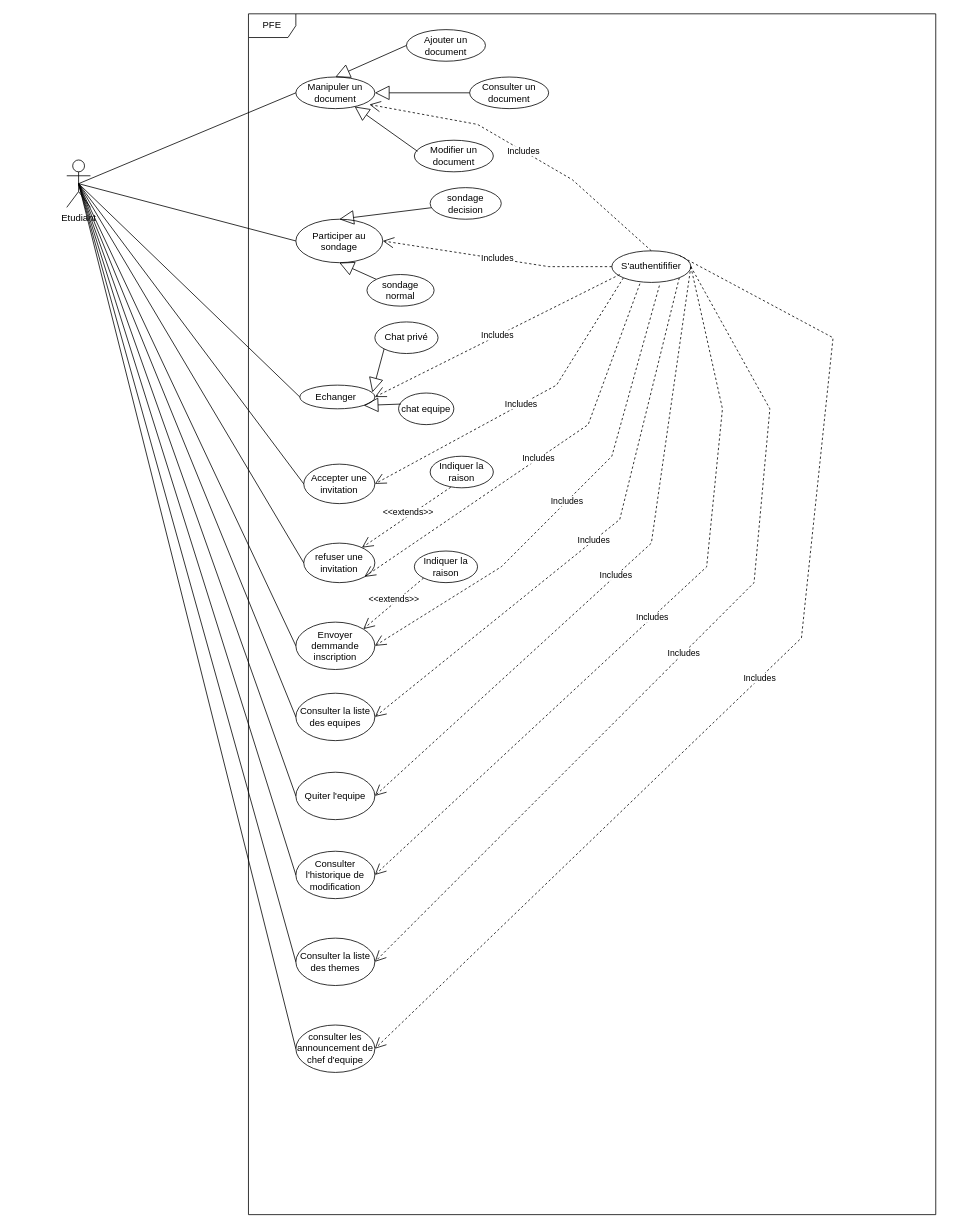
This is diagrams/useCasesEtudiant.drawio from stormsidali2001/PFE_third_year_school_project_front, a draw.io file, before an edit. Source tidied: cells renumbered, new cells numbered last; positions are measured from the earlier drawing's top-left corner, leaving out a move shared by most shapes. Both pictures are drawn from the tidied source at 79%, with x=0, y=0 at pixel (66, 13).
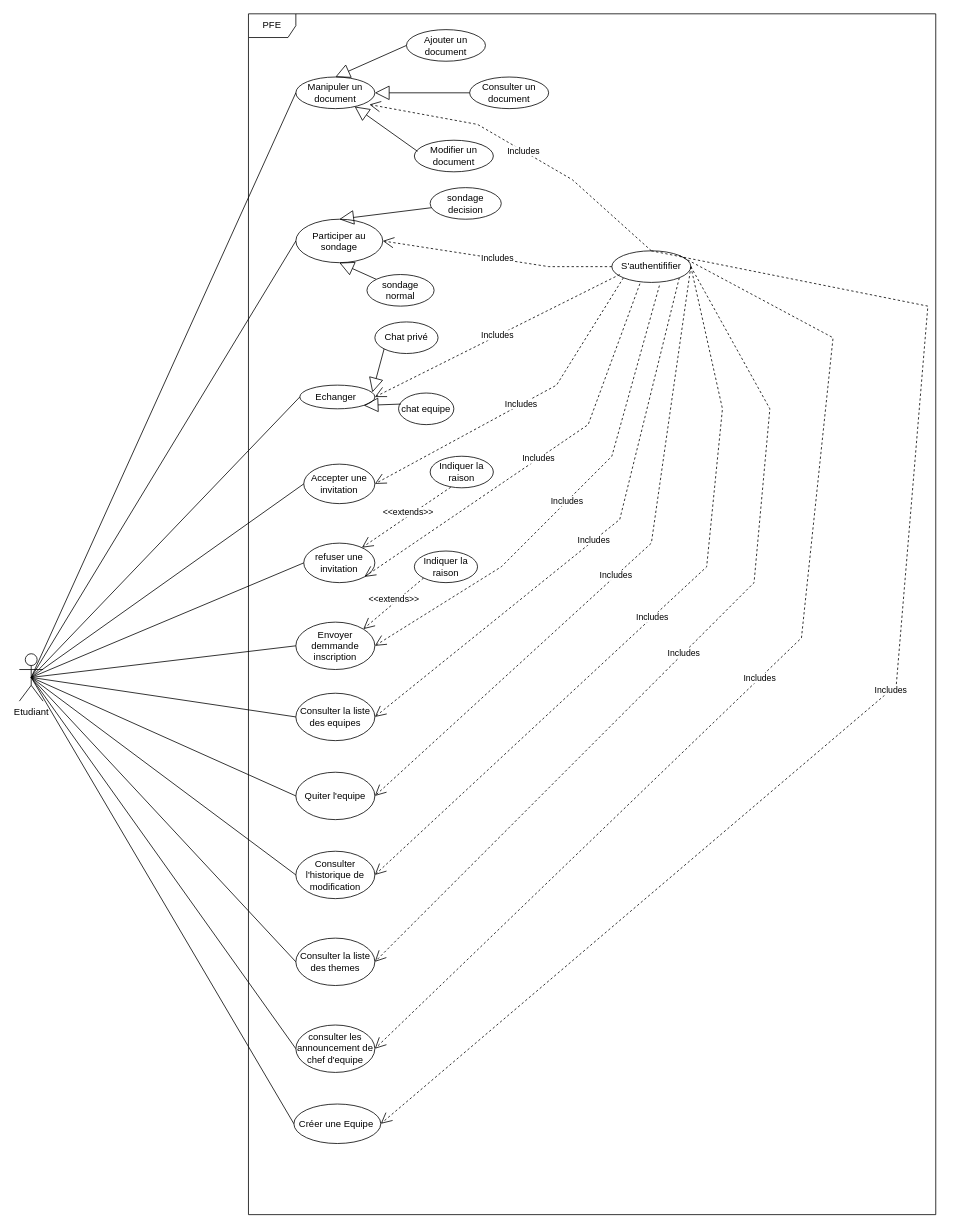
After the change.

The change refers to these unchanged cells:
```xml
<mxCell id="4" value="S'authentififier" style="ellipse;whiteSpace=wrap;html=1;" parent="1" vertex="1">
  <mxGeometry x="690" y="300" width="100" height="40" as="geometry" />
</mxCell>
```

Change to the diagram source:
```diff
@@
     <mxCell id="3" value="Etudiant" style="shape=umlActor;verticalLabelPosition=bottom;verticalAlign=top;html=1;outlineConnect=0;" parent="1" vertex="1">
-      <mxGeometry y="185" width="30" height="60" as="geometry" />
+      <mxGeometry x="-60" y="810" width="30" height="60" as="geometry" />
     </mxCell>
@@
+    <mxCell id="57" value="Créer une Equipe&amp;nbsp;" style="ellipse;whiteSpace=wrap;html=1;" parent="1" vertex="1">
+      <mxGeometry x="287.5" y="1380" width="110" height="50" as="geometry" />
+    </mxCell>
+    <mxCell id="58" style="endArrow=none;html=1;rounded=0;entryX=0.5;entryY=0.5;entryDx=0;entryDy=0;entryPerimeter=0;exitX=0;exitY=0.5;exitDx=0;exitDy=0;" parent="1" edge="1" source="57" target="3">
+      <mxGeometry relative="1" as="geometry" />
+    </mxCell>
+    <mxCell id="59" value="Includes" style="endArrow=open;endSize=12;dashed=1;html=1;rounded=0;entryX=1;entryY=0.5;entryDx=0;entryDy=0;exitX=0.5;exitY=0;exitDx=0;exitDy=0;" parent="1" edge="1" source="4" target="57">
+      <mxGeometry relative="1" as="geometry">
+        <Array as="points">
+          <mxPoint x="1090" y="370" />
+          <mxPoint x="1050" y="850" />
+        </Array>
+      </mxGeometry>
+    </mxCell>
```
